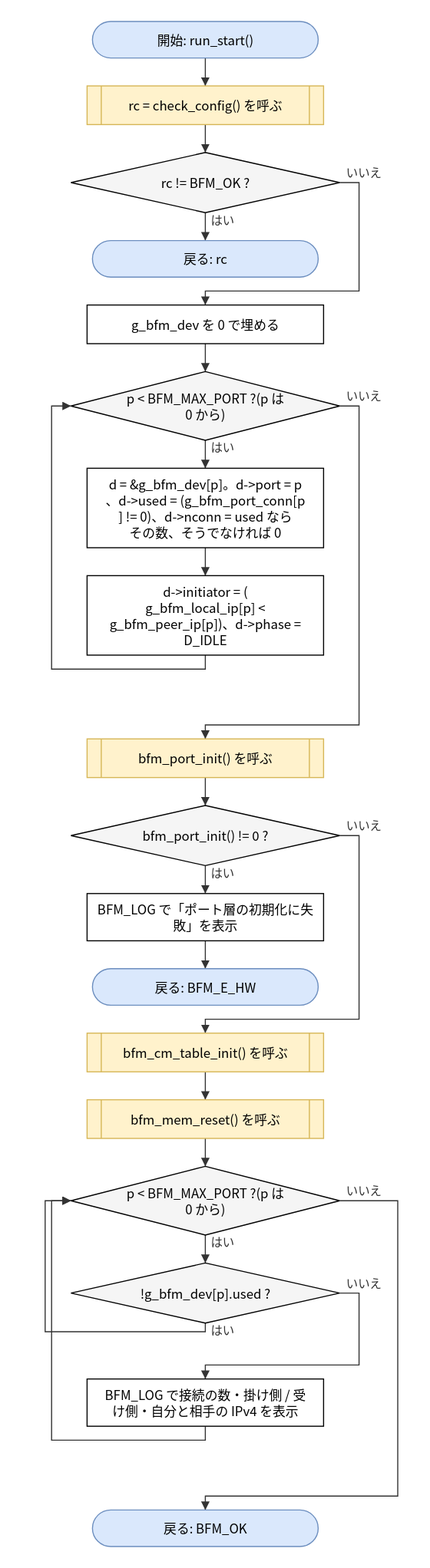
hf355051012-ai/bfmem keeps this draw.io diagram as doc/spec/images/flow_src_bfm_core-run_start.drawio.svg. Above is the earlier version. Source tidied: cells renumbered, new cells last; positions are measured from the earlier drawing's top-left corner, leaving out a move shared by most shapes.
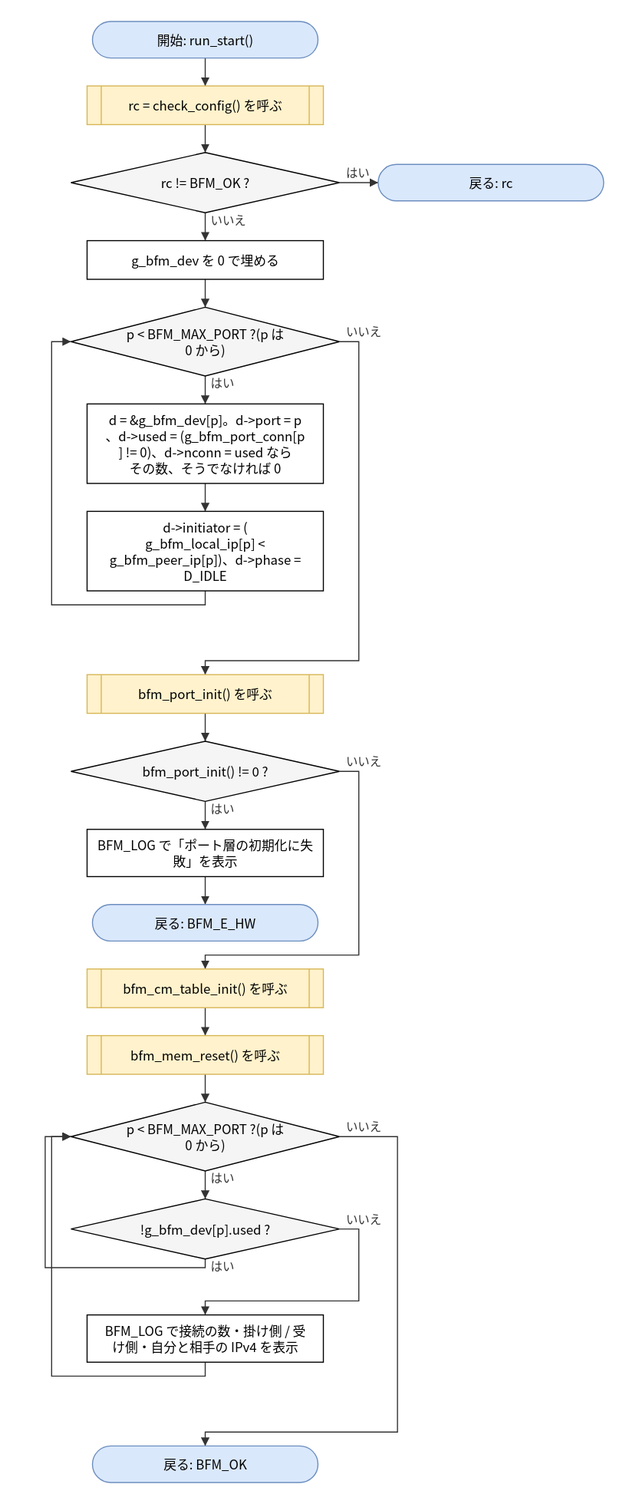
The same diagram one commit later.

The edit, as a diff of the source:
```diff
@@ -3,16 +3,16 @@
     <mxCell id="0" />
     <mxCell id="1" parent="0" />
     <mxCell id="2" value="開始: run_start()" style="rounded=1;arcSize=50;whiteSpace=wrap;html=1;fillColor=#dae8fc;strokeColor=#6c8ebf;" parent="1" vertex="1">
-      <mxGeometry x="44" width="210" height="34" as="geometry" />
+      <mxGeometry x="44" y="60" width="210" height="34" as="geometry" />
     </mxCell>
     <mxCell id="3" value="rc = check_config() を呼ぶ" style="shape=process;whiteSpace=wrap;html=1;backgroundOutline=1;size=0.06;fillColor=#fff2cc;strokeColor=#d6b656;" parent="1" vertex="1">
-      <mxGeometry x="39" y="60" width="220" height="36" as="geometry" />
+      <mxGeometry x="39" y="120" width="220" height="36" as="geometry" />
     </mxCell>
     <mxCell id="4" value="rc != BFM_OK ?" style="rhombus;whiteSpace=wrap;html=1;fillColor=#f5f5f5;" parent="1" vertex="1">
-      <mxGeometry x="24" y="122" width="250" height="56" as="geometry" />
+      <mxGeometry x="24" y="182" width="250" height="56" as="geometry" />
     </mxCell>
     <mxCell id="5" value="戻る: rc" style="rounded=1;arcSize=50;whiteSpace=wrap;html=1;fillColor=#dae8fc;strokeColor=#6c8ebf;" parent="1" vertex="1">
-      <mxGeometry x="44" y="204" width="210" height="34" as="geometry" />
+      <mxGeometry x="310" y="193" width="210" height="34" as="geometry" />
     </mxCell>
     <mxCell id="6" value="g_bfm_dev を 0 で埋める" style="rounded=0;whiteSpace=wrap;html=1;" parent="1" vertex="1">
       <mxGeometry x="39" y="264" width="220" height="36" as="geometry" />
@@ -62,17 +62,11 @@
     <mxCell id="21" style="edgeStyle=none;html=1;rounded=0;endArrow=block;endFill=1;exitX=0.5000;exitY=1.0000;exitDx=0;exitDy=0;exitPerimeter=0;entryX=0.5000;entryY=0.0000;entryDx=0;entryDy=0;entryPerimeter=0;" parent="1" edge="1" source="3" target="4">
       <mxGeometry relative="1" as="geometry" />
     </mxCell>
-    <mxCell id="22" value="はい" style="edgeStyle=none;html=1;rounded=0;endArrow=block;endFill=1;exitX=0.5000;exitY=1.0000;exitDx=0;exitDy=0;exitPerimeter=0;entryX=0.5000;entryY=0.0000;entryDx=0;entryDy=0;entryPerimeter=0;" parent="1" edge="1" source="4" target="5">
+    <mxCell id="22" value="はい" style="edgeStyle=none;html=1;rounded=0;endArrow=block;endFill=1;exitX=1.0000;exitY=0.5000;exitDx=0;exitDy=0;exitPerimeter=0;entryX=0.0000;entryY=0.5000;entryDx=0;entryDy=0;entryPerimeter=0;" parent="1" edge="1" source="4" target="5">
       <mxGeometry relative="1" as="geometry" />
     </mxCell>
-    <mxCell id="23" value="いいえ" style="edgeStyle=none;html=1;rounded=0;endArrow=block;endFill=1;exitX=1.0000;exitY=0.5000;exitDx=0;exitDy=0;exitPerimeter=0;entryX=0.5000;entryY=0.0000;entryDx=0;entryDy=0;entryPerimeter=0;" parent="1" edge="1" source="4" target="6">
-      <mxGeometry relative="1" as="geometry">
-        <Array as="points">
-          <mxPoint x="292" y="150" />
-          <mxPoint x="292" y="251" />
-          <mxPoint x="149" y="251" />
-        </Array>
-      </mxGeometry>
+    <mxCell id="23" value="いいえ" style="edgeStyle=none;html=1;rounded=0;endArrow=block;endFill=1;exitX=0.5000;exitY=1.0000;exitDx=0;exitDy=0;exitPerimeter=0;entryX=0.5000;entryY=0.0000;entryDx=0;entryDy=0;entryPerimeter=0;" parent="1" edge="1" source="4" target="6">
+      <mxGeometry relative="1" as="geometry" />
     </mxCell>
     <mxCell id="24" style="edgeStyle=none;html=1;rounded=0;endArrow=block;endFill=1;exitX=0.5000;exitY=1.0000;exitDx=0;exitDy=0;exitPerimeter=0;entryX=0.5000;entryY=0.0000;entryDx=0;entryDy=0;entryPerimeter=0;" parent="1" edge="1" source="6" target="7">
       <mxGeometry relative="1" as="geometry" />
```
